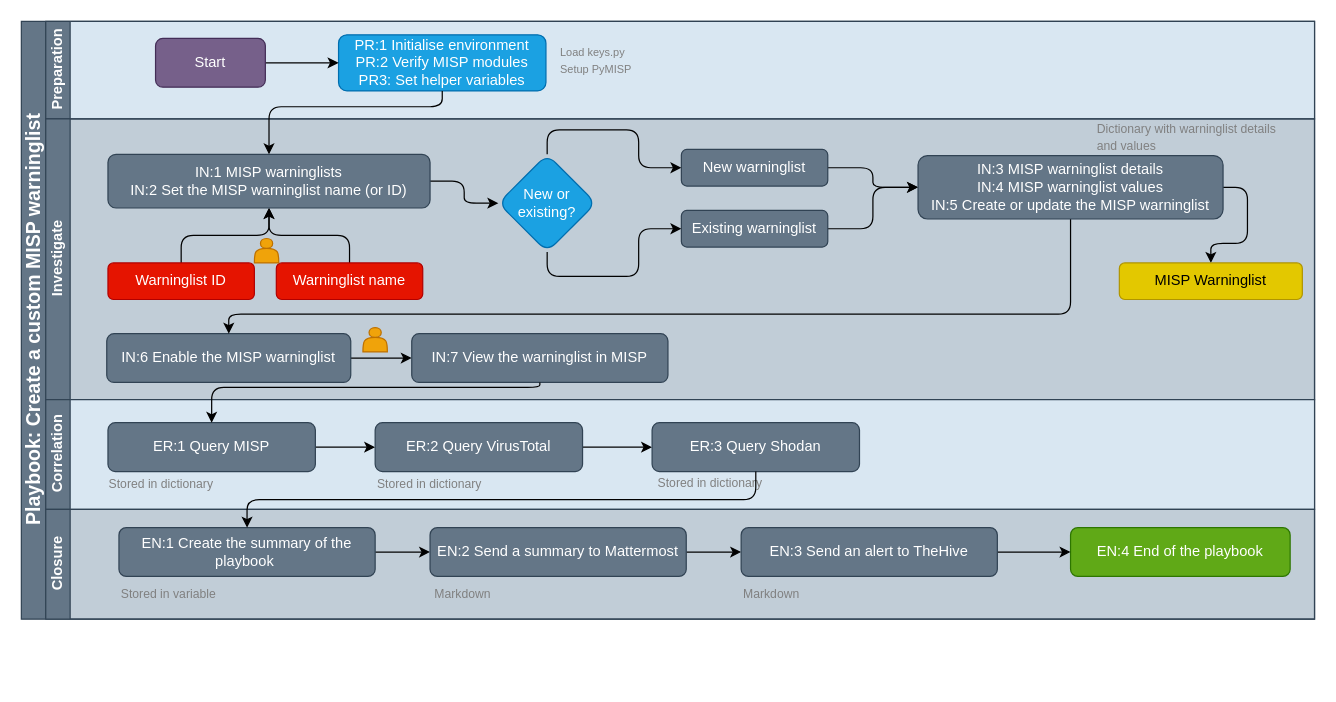
MISP/misp-playbooks keeps this draw.io diagram as documentation/assets/playbook-create_custom_MISP_warninglist.drawio. Above is the earlier version. Source tidied: cells renumbered, new cells numbered last; positions are measured from the earlier drawing's top-left corner, leaving out a move shared by most shapes. Both pictures are drawn from the tidied source at 122%, with x=0, y=0 at pixel (21, 21).
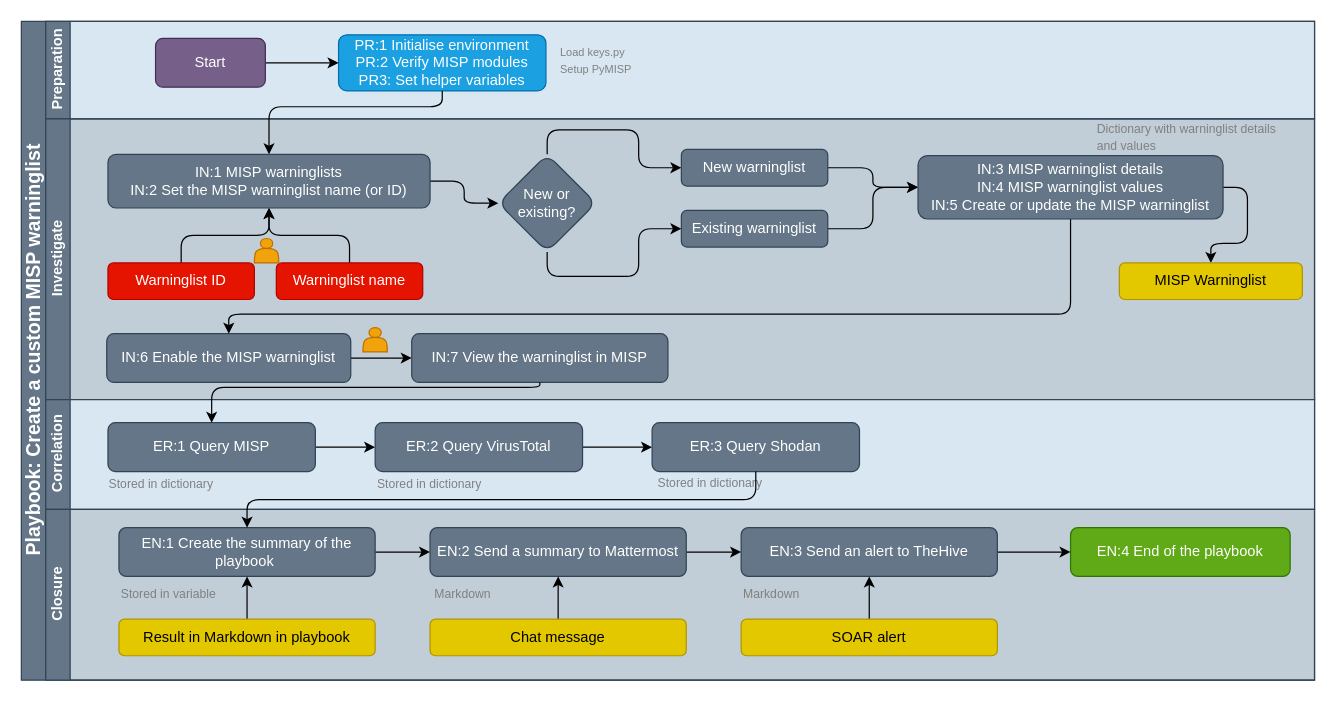
The same diagram, later.

Unchanged cells that the change refers to:
```xml
<mxCell id="8" value="Investigate" style="swimlane;html=1;startSize=20;horizontal=0;fillColor=#647687;strokeColor=#314354;fontColor=#ffffff;" parent="2" vertex="1">
  <mxGeometry x="20" y="80" width="1040" height="230" as="geometry" />
</mxCell>
<mxCell id="62" value="EN:1 Create the summary of the playbook&amp;nbsp;" style="rounded=1;whiteSpace=wrap;html=1;fillColor=#647687;strokeColor=#314354;fontColor=#ffffff;" parent="53" vertex="1">
  <mxGeometry x="60" y="15" width="210" height="40" as="geometry" />
</mxCell>
<mxCell id="65" value="EN:2 Send a summary to Mattermost" style="rounded=1;whiteSpace=wrap;html=1;fillColor=#647687;strokeColor=#314354;fontColor=#ffffff;" parent="53" vertex="1">
  <mxGeometry x="315" y="15" width="210" height="40" as="geometry" />
</mxCell>
<mxCell id="68" value="EN:3 Send an alert to TheHive" style="rounded=1;whiteSpace=wrap;html=1;fillColor=#647687;strokeColor=#314354;fontColor=#ffffff;" parent="53" vertex="1">
  <mxGeometry x="570" y="15" width="210" height="40" as="geometry" />
</mxCell>
```

Diff of the diagram source:
```diff
@@
     <mxCell id="2" value="&lt;font style=&quot;font-size: 16px&quot;&gt;Playbook:&amp;nbsp;Create a custom MISP warninglist&lt;/font&gt;" style="swimlane;html=1;horizontal=0;startSize=20;fillColor=#647687;strokeColor=#314354;fontColor=#ffffff;swimlaneFillColor=#C1CDD7;" parent="1" vertex="1">
-      <mxGeometry width="1060" height="490" as="geometry" />
+      <mxGeometry width="1060" height="540" as="geometry" />
     </mxCell>
@@
-    <mxCell id="24" value="New or existing?" style="rhombus;whiteSpace=wrap;html=1;rounded=1;fontColor=#ffffff;strokeColor=#006EAF;fillColor=#1ba1e2;" parent="8" vertex="1">
+    <mxCell id="24" value="New or existing?" style="rhombus;whiteSpace=wrap;html=1;rounded=1;fontColor=#ffffff;strokeColor=#314354;fillColor=#647687;" parent="8" vertex="1">
       <mxGeometry x="371" y="29" width="80" height="80" as="geometry" />
     </mxCell>
@@
     <mxCell id="53" value="Closure" style="swimlane;html=1;startSize=20;horizontal=0;fillColor=#647687;strokeColor=#314354;fontColor=#ffffff;" parent="2" vertex="1">
-      <mxGeometry x="20" y="400" width="1040" height="90" as="geometry" />
+      <mxGeometry x="20" y="400" width="1040" height="140" as="geometry" />
     </mxCell>
@@
     <mxCell id="69" value="&lt;font size=&quot;1&quot;&gt;Markdown&lt;br&gt;&lt;/font&gt;" style="text;html=1;strokeColor=none;fillColor=none;align=left;verticalAlign=top;whiteSpace=wrap;rounded=0;shadow=0;glass=0;sketch=0;fontColor=#808080;" parent="53" vertex="1">
-      <mxGeometry x="570" y="55" width="244" height="35" as="geometry" />
+      <mxGeometry x="570" y="55" width="70" height="35" as="geometry" />
     </mxCell>
     <mxCell id="70" value="&lt;font size=&quot;1&quot;&gt;Markdown&lt;br&gt;&lt;/font&gt;" style="text;html=1;strokeColor=none;fillColor=none;align=left;verticalAlign=top;whiteSpace=wrap;rounded=0;shadow=0;glass=0;sketch=0;fontColor=#808080;" parent="53" vertex="1">
-      <mxGeometry x="317" y="55" width="244" height="35" as="geometry" />
+      <mxGeometry x="317" y="55" width="63" height="35" as="geometry" />
     </mxCell>
+    <mxCell id="74" style="edgeStyle=orthogonalEdgeStyle;rounded=0;jettySize=auto;html=1;exitX=0.5;exitY=0;exitDx=0;exitDy=0;entryX=0.5;entryY=1;entryDx=0;entryDy=0;" parent="53" edge="1" source="75" target="62">
+      <mxGeometry relative="1" as="geometry" />
+    </mxCell>
+    <mxCell id="75" value="Result in Markdown in playbook" style="rounded=1;whiteSpace=wrap;html=1;fillColor=#e3c800;strokeColor=#B09500;fontColor=#000000;" parent="53" vertex="1">
+      <mxGeometry x="60" y="90" width="210" height="30" as="geometry" />
+    </mxCell>
+    <mxCell id="76" style="edgeStyle=orthogonalEdgeStyle;rounded=0;jettySize=auto;html=1;exitX=0.5;exitY=0;exitDx=0;exitDy=0;entryX=0.5;entryY=1;entryDx=0;entryDy=0;" parent="53" edge="1" source="77" target="65">
+      <mxGeometry relative="1" as="geometry" />
+    </mxCell>
+    <mxCell id="77" value="Chat message" style="rounded=1;whiteSpace=wrap;html=1;fillColor=#e3c800;strokeColor=#B09500;fontColor=#000000;" parent="53" vertex="1">
+      <mxGeometry x="315" y="90" width="210" height="30" as="geometry" />
+    </mxCell>
+    <mxCell id="78" style="edgeStyle=orthogonalEdgeStyle;rounded=0;jettySize=auto;html=1;exitX=0.5;exitY=0;exitDx=0;exitDy=0;entryX=0.5;entryY=1;entryDx=0;entryDy=0;" parent="53" edge="1" source="79" target="68">
+      <mxGeometry relative="1" as="geometry" />
+    </mxCell>
+    <mxCell id="79" value="SOAR alert" style="rounded=1;whiteSpace=wrap;html=1;fillColor=#e3c800;strokeColor=#B09500;fontColor=#000000;" parent="53" vertex="1">
+      <mxGeometry x="570" y="90" width="210" height="30" as="geometry" />
+    </mxCell>
```
